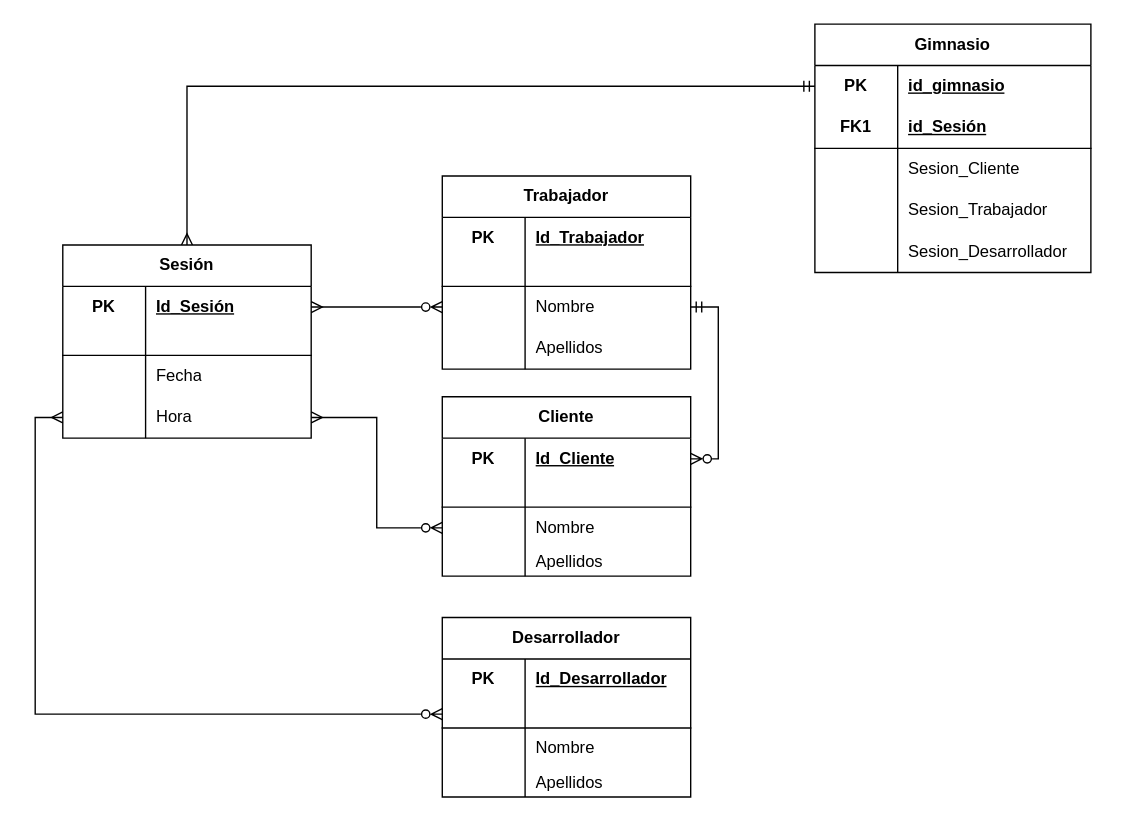
Above: Diagrama ER Trabajador.drawio in HuBaMarin/projDespliegue (draw.io), before the change. Source tidied: cells renumbered, new cells numbered last; positions are measured from the earlier drawing's top-left corner, leaving out a move shared by most shapes. Both pictures are drawn from the tidied source at 138%, with x=0, y=0 at pixel (62, 23).
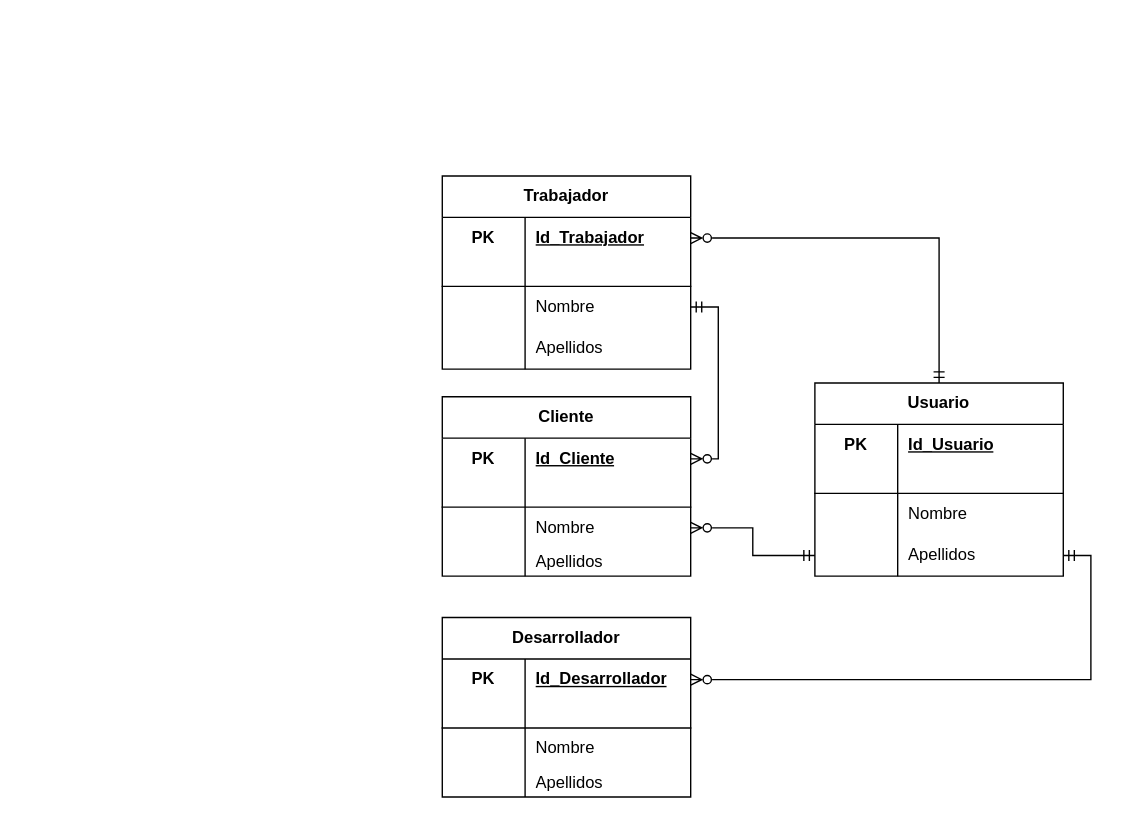
The same diagram, later.

The change refers to these unchanged cells:
```xml
<mxCell id="4" style="shape=tableRow;horizontal=0;startSize=0;swimlaneHead=0;swimlaneBody=0;fillColor=none;points=[[0,0.5],[1,0.5]];portConstraint=eastwest;top=0;left=0;right=0;bottom=0;html=1;" parent="3" vertex="1">
  <mxGeometry y="30" width="180" height="30" as="geometry" />
</mxCell>
<mxCell id="10" style="shape=tableRow;horizontal=0;startSize=0;swimlaneHead=0;swimlaneBody=0;fillColor=none;points=[[0,0.5],[1,0.5]];portConstraint=eastwest;top=0;left=0;right=0;bottom=0;html=1;" parent="3" vertex="1">
  <mxGeometry y="80" width="180" height="30" as="geometry" />
</mxCell>
<mxCell id="37" style="shape=tableRow;horizontal=0;startSize=0;swimlaneHead=0;swimlaneBody=0;fillColor=none;points=[[0,0.5],[1,0.5]];portConstraint=eastwest;top=0;left=0;right=0;bottom=0;html=1;" parent="30" vertex="1">
  <mxGeometry y="80" width="180" height="30" as="geometry" />
</mxCell>
<mxCell id="65" style="shape=tableRow;horizontal=0;startSize=0;swimlaneHead=0;swimlaneBody=0;fillColor=none;points=[[0,0.5],[1,0.5]];portConstraint=eastwest;top=0;left=0;right=0;bottom=0;html=1;" parent="64" vertex="1">
  <mxGeometry y="30" width="180" height="30" as="geometry" />
</mxCell>
<mxCell id="68" style="shape=tableRow;horizontal=0;startSize=0;swimlaneHead=0;swimlaneBody=0;fillColor=none;points=[[0,0.5],[1,0.5]];portConstraint=eastwest;top=0;left=0;right=0;bottom=1;html=1;" parent="64" vertex="1">
  <mxGeometry y="60" width="180" height="20" as="geometry" />
</mxCell>
```

Diff of the diagram source:
```diff
@@
-    <mxCell id="2" style="shape=partialRectangle;overflow=hidden;fillColor=none;top=0;left=0;bottom=0;right=0;" parent="1" vertex="1">
-      <mxGeometry x="75" y="140" width="30" height="30" as="geometry" />
-    </mxCell>
@@
-    <mxCell id="16" style="edgeStyle=orthogonalEdgeStyle;rounded=0;jettySize=auto;html=1;entryX=0;entryY=0.5;entryDx=0;entryDy=0;startArrow=ERmany;startFill=0;endArrow=ERmandOne;endFill=0;" parent="1" edge="1" source="17" target="46">
-      <mxGeometry relative="1" as="geometry" />
-    </mxCell>
-    <mxCell id="17" value="Sesión" style="shape=table;startSize=30;childLayout=tableLayout;rowLines=0;fontStyle=1;align=center;html=1;whiteSpace=wrap;" parent="1" vertex="1">
-      <mxGeometry y="160" width="180" height="140" as="geometry" />
-    </mxCell>
-    <mxCell id="18" style="shape=tableRow;horizontal=0;startSize=0;swimlaneHead=0;swimlaneBody=0;fillColor=none;points=[[0,0.5],[1,0.5]];portConstraint=eastwest;top=0;left=0;right=0;bottom=0;html=1;" parent="17" vertex="1">
-      <mxGeometry y="30" width="180" height="30" as="geometry" />
-    </mxCell>
-    <mxCell id="19" value="PK" style="shape=partialRectangle;fillColor=none;top=0;left=0;bottom=0;right=0;fontStyle=1;overflow=hidden;html=1;whiteSpace=wrap;" parent="18" vertex="1">
-      <mxGeometry width="60" height="30" as="geometry" />
-    </mxCell>
-    <mxCell id="20" value="Id_Sesión" style="shape=partialRectangle;fillColor=none;top=0;left=0;bottom=0;right=0;align=left;spacingLeft=6;fontStyle=5;overflow=hidden;html=1;whiteSpace=wrap;" parent="18" vertex="1">
-      <mxGeometry x="60" width="120" height="30" as="geometry" />
-    </mxCell>
-    <mxCell id="21" style="shape=tableRow;horizontal=0;startSize=0;swimlaneHead=0;swimlaneBody=0;fillColor=none;top=0;left=0;right=0;bottom=1;html=1;" parent="17" vertex="1">
-      <mxGeometry y="60" width="180" height="20" as="geometry" />
-    </mxCell>
-    <mxCell id="22" style="shape=partialRectangle;fillColor=none;top=0;left=0;bottom=0;right=0;fontStyle=1;overflow=hidden;html=1;whiteSpace=wrap;" parent="21" vertex="1">
-      <mxGeometry width="60" height="20" as="geometry" />
-    </mxCell>
-    <mxCell id="23" style="shape=partialRectangle;fillColor=none;top=0;left=0;bottom=0;right=0;align=left;spacingLeft=6;fontStyle=5;overflow=hidden;html=1;whiteSpace=wrap;" parent="21" vertex="1">
-      <mxGeometry x="60" width="120" height="20" as="geometry" />
-    </mxCell>
-    <mxCell id="24" style="shape=tableRow;horizontal=0;startSize=0;swimlaneHead=0;swimlaneBody=0;fillColor=none;top=0;left=0;right=0;bottom=0;html=1;" parent="17" vertex="1">
-      <mxGeometry y="80" width="180" height="30" as="geometry" />
-    </mxCell>
-    <mxCell id="25" style="shape=partialRectangle;fillColor=none;top=0;left=0;bottom=0;right=0;overflow=hidden;html=1;whiteSpace=wrap;" parent="24" vertex="1">
-      <mxGeometry width="60" height="30" as="geometry" />
-    </mxCell>
-    <mxCell id="26" value="Fecha" style="shape=partialRectangle;fillColor=none;top=0;left=0;bottom=0;right=0;align=left;spacingLeft=6;overflow=hidden;html=1;whiteSpace=wrap;" parent="24" vertex="1">
-      <mxGeometry x="60" width="120" height="30" as="geometry" />
-    </mxCell>
-    <mxCell id="27" style="shape=tableRow;horizontal=0;startSize=0;swimlaneHead=0;swimlaneBody=0;fillColor=none;points=[[0,0.5],[1,0.5]];portConstraint=eastwest;top=0;left=0;right=0;bottom=0;html=1;" parent="17" vertex="1">
-      <mxGeometry y="110" width="180" height="30" as="geometry" />
-    </mxCell>
-    <mxCell id="28" style="shape=partialRectangle;fillColor=none;top=0;left=0;bottom=0;right=0;overflow=hidden;html=1;whiteSpace=wrap;" parent="27" vertex="1">
-      <mxGeometry width="60" height="30" as="geometry" />
-    </mxCell>
-    <mxCell id="29" value="Hora" style="shape=partialRectangle;fillColor=none;top=0;left=0;bottom=0;right=0;align=left;spacingLeft=6;overflow=hidden;html=1;whiteSpace=wrap;" parent="27" vertex="1">
-      <mxGeometry x="60" width="120" height="30" as="geometry" />
-    </mxCell>
@@
-    <mxCell id="45" value="Gimnasio" style="shape=table;startSize=30;childLayout=tableLayout;rowLines=0;fontStyle=1;align=center;html=1;whiteSpace=wrap;" parent="1" vertex="1">
-      <mxGeometry x="545" width="200" height="180" as="geometry" />
-    </mxCell>
-    <mxCell id="46" style="shape=tableRow;horizontal=0;startSize=0;swimlaneHead=0;swimlaneBody=0;fillColor=none;points=[[0,0.5],[1,0.5]];portConstraint=eastwest;top=0;left=0;right=0;bottom=0;html=1;" parent="45" vertex="1">
-      <mxGeometry y="30" width="200" height="30" as="geometry" />
-    </mxCell>
-    <mxCell id="47" value="PK" style="shape=partialRectangle;fillColor=none;top=0;left=0;bottom=0;right=0;fontStyle=1;overflow=hidden;html=1;whiteSpace=wrap;" parent="46" vertex="1">
-      <mxGeometry width="60" height="30" as="geometry" />
-    </mxCell>
-    <mxCell id="48" value="id_gimnasio" style="shape=partialRectangle;fillColor=none;top=0;left=0;bottom=0;right=0;align=left;spacingLeft=6;fontStyle=5;overflow=hidden;html=1;whiteSpace=wrap;" parent="46" vertex="1">
-      <mxGeometry x="60" width="140" height="30" as="geometry" />
-    </mxCell>
-    <mxCell id="49" style="shape=tableRow;horizontal=0;startSize=0;swimlaneHead=0;swimlaneBody=0;fillColor=none;top=0;left=0;right=0;bottom=1;html=1;" parent="45" vertex="1">
-      <mxGeometry y="60" width="200" height="30" as="geometry" />
-    </mxCell>
-    <mxCell id="50" value="FK1" style="shape=partialRectangle;fillColor=none;top=0;left=0;bottom=0;right=0;fontStyle=1;overflow=hidden;html=1;whiteSpace=wrap;" parent="49" vertex="1">
-      <mxGeometry width="60" height="30" as="geometry" />
-    </mxCell>
-    <mxCell id="51" value="id_Sesión" style="shape=partialRectangle;fillColor=none;top=0;left=0;bottom=0;right=0;align=left;spacingLeft=6;fontStyle=5;overflow=hidden;html=1;whiteSpace=wrap;" parent="49" vertex="1">
-      <mxGeometry x="60" width="140" height="30" as="geometry" />
-    </mxCell>
-    <mxCell id="52" style="shape=tableRow;horizontal=0;startSize=0;swimlaneHead=0;swimlaneBody=0;fillColor=none;top=0;left=0;right=0;bottom=0;html=1;" parent="45" vertex="1">
-      <mxGeometry y="90" width="200" height="30" as="geometry" />
-    </mxCell>
-    <mxCell id="53" style="shape=partialRectangle;fillColor=none;top=0;left=0;bottom=0;right=0;overflow=hidden;html=1;whiteSpace=wrap;" parent="52" vertex="1">
-      <mxGeometry width="60" height="30" as="geometry" />
-    </mxCell>
-    <mxCell id="54" value="Sesion_Cliente" style="shape=partialRectangle;fillColor=none;top=0;left=0;bottom=0;right=0;align=left;spacingLeft=6;overflow=hidden;html=1;whiteSpace=wrap;" parent="52" vertex="1">
-      <mxGeometry x="60" width="140" height="30" as="geometry" />
-    </mxCell>
-    <mxCell id="55" style="shape=tableRow;horizontal=0;startSize=0;swimlaneHead=0;swimlaneBody=0;fillColor=none;top=0;left=0;right=0;bottom=0;html=1;" parent="45" vertex="1">
-      <mxGeometry y="120" width="200" height="30" as="geometry" />
-    </mxCell>
-    <mxCell id="56" style="shape=partialRectangle;fillColor=none;top=0;left=0;bottom=0;right=0;overflow=hidden;html=1;whiteSpace=wrap;" parent="55" vertex="1">
-      <mxGeometry width="60" height="30" as="geometry" />
-    </mxCell>
-    <mxCell id="57" value="Sesion_Trabajador" style="shape=partialRectangle;fillColor=none;top=0;left=0;bottom=0;right=0;align=left;spacingLeft=6;overflow=hidden;html=1;whiteSpace=wrap;" parent="55" vertex="1">
-      <mxGeometry x="60" width="140" height="30" as="geometry" />
-    </mxCell>
-    <mxCell id="58" style="shape=tableRow;horizontal=0;startSize=0;swimlaneHead=0;swimlaneBody=0;fillColor=none;top=0;left=0;right=0;bottom=0;html=1;" parent="45" vertex="1">
-      <mxGeometry y="150" width="200" height="30" as="geometry" />
-    </mxCell>
-    <mxCell id="59" style="shape=partialRectangle;fillColor=none;top=0;left=0;bottom=0;right=0;overflow=hidden;html=1;whiteSpace=wrap;" parent="58" vertex="1">
-      <mxGeometry width="60" height="30" as="geometry" />
-    </mxCell>
-    <mxCell id="60" value="Sesion_Desarrollador" style="shape=partialRectangle;fillColor=none;top=0;left=0;bottom=0;right=0;align=left;spacingLeft=6;overflow=hidden;html=1;whiteSpace=wrap;" parent="58" vertex="1">
-      <mxGeometry x="60" width="140" height="30" as="geometry" />
-    </mxCell>
@@
-    <mxCell id="62" style="edgeStyle=orthogonalEdgeStyle;rounded=0;jettySize=auto;html=1;entryX=1;entryY=0.5;entryDx=0;entryDy=0;startArrow=ERzeroToMany;startFill=0;endArrow=ERmany;endFill=0;" parent="1" edge="1" source="10" target="18">
-      <mxGeometry relative="1" as="geometry" />
-    </mxCell>
-    <mxCell id="63" style="edgeStyle=orthogonalEdgeStyle;rounded=0;jettySize=auto;html=1;entryX=1;entryY=0.5;entryDx=0;entryDy=0;startArrow=ERzeroToMany;startFill=0;endArrow=ERmany;endFill=0;" parent="1" edge="1" source="37" target="27">
-      <mxGeometry relative="1" as="geometry" />
-    </mxCell>
@@
-    <mxCell id="78" style="edgeStyle=orthogonalEdgeStyle;rounded=0;jettySize=auto;html=1;entryX=0;entryY=0.5;entryDx=0;entryDy=0;endArrow=ERmany;endFill=0;startArrow=ERzeroToMany;startFill=0;" parent="1" edge="1" source="68" target="27">
-      <mxGeometry relative="1" as="geometry" />
-    </mxCell>
+    <mxCell id="79" value="Usuario" style="shape=table;startSize=30;childLayout=tableLayout;rowLines=0;fontStyle=1;align=center;html=1;whiteSpace=wrap;" parent="1" vertex="1">
+      <mxGeometry x="545" y="260" width="180" height="140" as="geometry" />
+    </mxCell>
+    <mxCell id="18" style="shape=tableRow;horizontal=0;startSize=0;swimlaneHead=0;swimlaneBody=0;fillColor=none;points=[[0,0.5],[1,0.5]];portConstraint=eastwest;top=0;left=0;right=0;bottom=0;html=1;" parent="79" vertex="1">
+      <mxGeometry y="30" width="180" height="30" as="geometry" />
+    </mxCell>
+    <mxCell id="80" value="PK" style="shape=partialRectangle;fillColor=none;top=0;left=0;bottom=0;right=0;fontStyle=1;overflow=hidden;html=1;whiteSpace=wrap;" parent="18" vertex="1">
+      <mxGeometry width="60" height="30" as="geometry" />
+    </mxCell>
+    <mxCell id="81" value="Id_Usuario" style="shape=partialRectangle;fillColor=none;top=0;left=0;bottom=0;right=0;align=left;spacingLeft=6;fontStyle=5;overflow=hidden;html=1;whiteSpace=wrap;" parent="18" vertex="1">
+      <mxGeometry x="60" width="120" height="30" as="geometry" />
+    </mxCell>
+    <mxCell id="21" style="shape=tableRow;horizontal=0;startSize=0;swimlaneHead=0;swimlaneBody=0;fillColor=none;top=0;left=0;right=0;bottom=1;html=1;" parent="79" vertex="1">
+      <mxGeometry y="60" width="180" height="20" as="geometry" />
+    </mxCell>
+    <mxCell id="22" style="shape=partialRectangle;fillColor=none;top=0;left=0;bottom=0;right=0;fontStyle=1;overflow=hidden;html=1;whiteSpace=wrap;" parent="21" vertex="1">
+      <mxGeometry width="60" height="20" as="geometry" />
+    </mxCell>
+    <mxCell id="23" style="shape=partialRectangle;fillColor=none;top=0;left=0;bottom=0;right=0;align=left;spacingLeft=6;fontStyle=5;overflow=hidden;html=1;whiteSpace=wrap;" parent="21" vertex="1">
+      <mxGeometry x="60" width="120" height="20" as="geometry" />
+    </mxCell>
+    <mxCell id="24" style="shape=tableRow;horizontal=0;startSize=0;swimlaneHead=0;swimlaneBody=0;fillColor=none;top=0;left=0;right=0;bottom=0;html=1;" parent="79" vertex="1">
+      <mxGeometry y="80" width="180" height="30" as="geometry" />
+    </mxCell>
+    <mxCell id="82" style="shape=partialRectangle;fillColor=none;top=0;left=0;bottom=0;right=0;overflow=hidden;html=1;whiteSpace=wrap;" parent="24" vertex="1">
+      <mxGeometry width="60" height="30" as="geometry" />
+    </mxCell>
+    <mxCell id="83" value="Nombre" style="shape=partialRectangle;fillColor=none;top=0;left=0;bottom=0;right=0;align=left;spacingLeft=6;overflow=hidden;html=1;whiteSpace=wrap;" parent="24" vertex="1">
+      <mxGeometry x="60" width="120" height="30" as="geometry" />
+    </mxCell>
+    <mxCell id="27" style="shape=tableRow;horizontal=0;startSize=0;swimlaneHead=0;swimlaneBody=0;fillColor=none;points=[[0,0.5],[1,0.5]];portConstraint=eastwest;top=0;left=0;right=0;bottom=0;html=1;" parent="79" vertex="1">
+      <mxGeometry y="110" width="180" height="30" as="geometry" />
+    </mxCell>
+    <mxCell id="84" style="shape=partialRectangle;fillColor=none;top=0;left=0;bottom=0;right=0;overflow=hidden;html=1;whiteSpace=wrap;" parent="27" vertex="1">
+      <mxGeometry width="60" height="30" as="geometry" />
+    </mxCell>
+    <mxCell id="85" value="Apellidos" style="shape=partialRectangle;fillColor=none;top=0;left=0;bottom=0;right=0;align=left;spacingLeft=6;overflow=hidden;html=1;whiteSpace=wrap;" parent="27" vertex="1">
+      <mxGeometry x="60" width="120" height="30" as="geometry" />
+    </mxCell>
+    <mxCell id="86" style="edgeStyle=orthogonalEdgeStyle;rounded=0;jettySize=auto;html=1;entryX=0.5;entryY=0;entryDx=0;entryDy=0;endArrow=ERmandOne;endFill=0;startArrow=ERzeroToMany;startFill=0;exitX=1;exitY=0.5;exitDx=0;exitDy=0;" parent="1" edge="1" source="4" target="79">
+      <mxGeometry relative="1" as="geometry" />
+    </mxCell>
+    <mxCell id="63" style="edgeStyle=orthogonalEdgeStyle;rounded=0;jettySize=auto;html=1;entryX=0;entryY=0.5;entryDx=0;entryDy=0;endArrow=ERmandOne;endFill=0;startArrow=ERzeroToMany;startFill=0;" parent="1" edge="1" source="37" target="27">
+      <mxGeometry relative="1" as="geometry" />
+    </mxCell>
+    <mxCell id="87" style="edgeStyle=orthogonalEdgeStyle;rounded=0;jettySize=auto;html=1;entryX=1;entryY=0.5;entryDx=0;entryDy=0;endArrow=ERmandOne;endFill=0;startArrow=ERzeroToMany;startFill=0;" parent="1" edge="1" source="65" target="27">
+      <mxGeometry relative="1" as="geometry" />
+    </mxCell>
```
